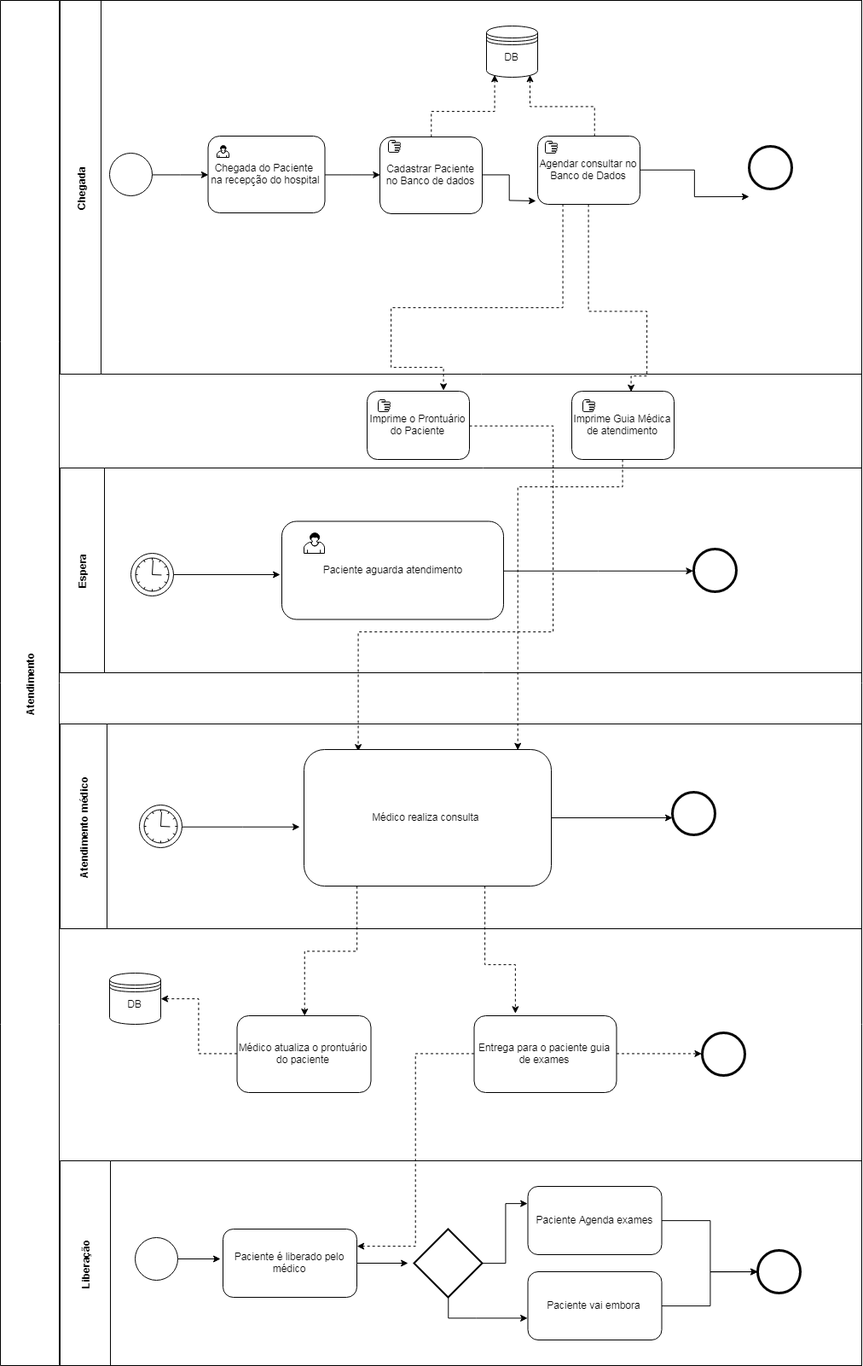
Earlier version of the draw.io export Untitled Diagram.png (ArieiiV/BPMN). Source tidied: cells renumbered, new cells last; positions are measured from the earlier drawing's top-left corner, leaving out a move shared by most shapes.
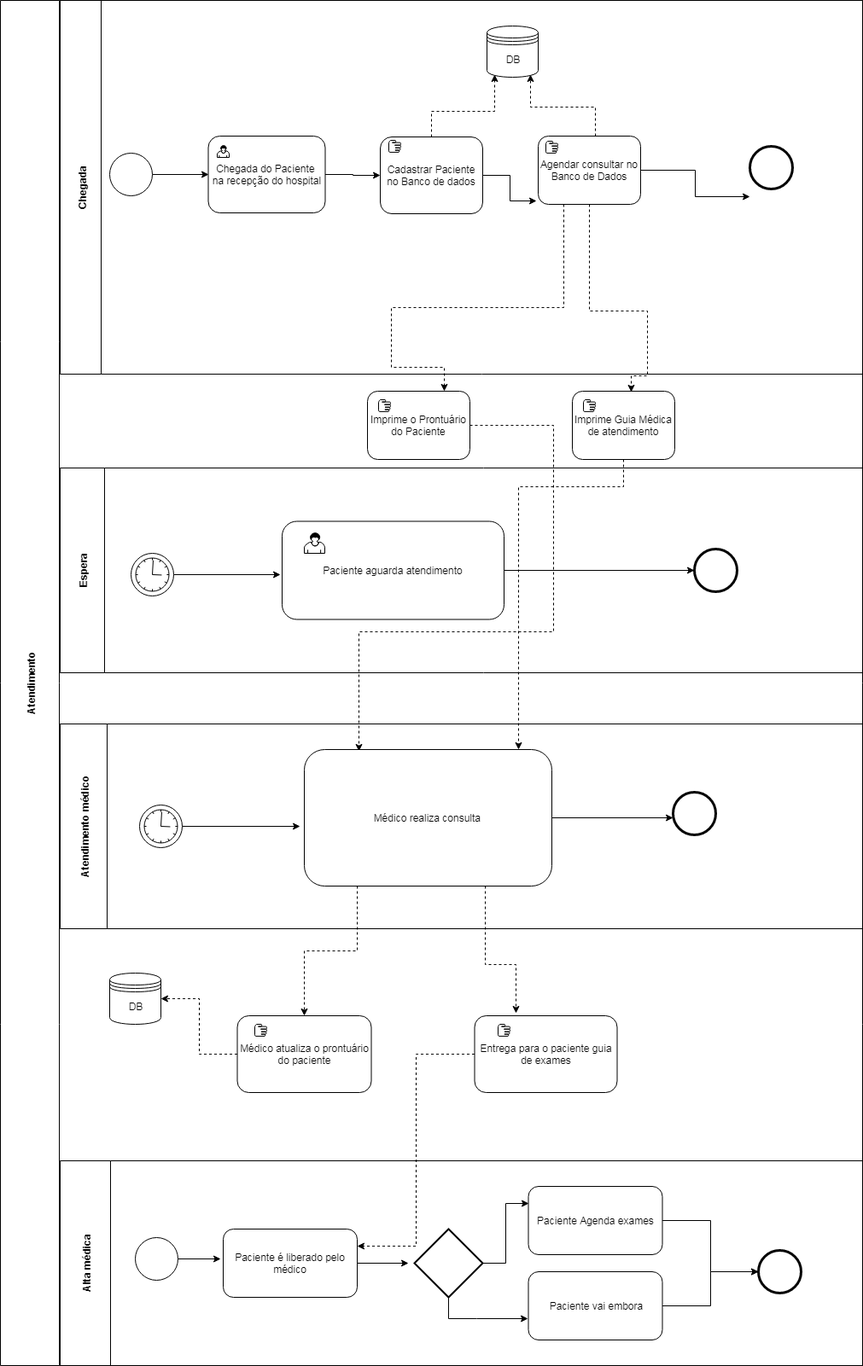
After the commit.

The edit, as a diff of the source:
```diff
@@ -127,9 +127,6 @@
     <mxCell id="35" value="Médico atualiza o prontuário do paciente" style="shape=ext;rounded=1;html=1;whiteSpace=wrap;" parent="2" vertex="1">
       <mxGeometry x="277.5" y="1190" width="157" height="90" as="geometry" />
     </mxCell>
-    <mxCell id="36" style="edgeStyle=orthogonalEdgeStyle;rounded=0;jettySize=auto;html=1;entryX=0;entryY=0.5;entryDx=0;entryDy=0;dashed=1;" parent="2" edge="1" source="38" target="53">
-      <mxGeometry relative="1" as="geometry" />
-    </mxCell>
     <mxCell id="37" style="edgeStyle=orthogonalEdgeStyle;rounded=0;jettySize=auto;html=1;entryX=1;entryY=0.25;entryDx=0;entryDy=0;dashed=1;" parent="2" edge="1" source="38" target="48">
       <mxGeometry relative="1" as="geometry" />
     </mxCell>
@@ -170,7 +167,7 @@
         </Array>
       </mxGeometry>
     </mxCell>
-    <mxCell id="43" value="Liberação" style="swimlane;html=1;horizontal=0;startSize=59;" parent="2" vertex="1">
+    <mxCell id="43" value="Alta médica" style="swimlane;html=1;horizontal=0;startSize=59;" parent="2" vertex="1">
       <mxGeometry x="70" y="1360" width="940" height="240" as="geometry" />
     </mxCell>
     <mxCell id="44" style="edgeStyle=orthogonalEdgeStyle;rounded=0;jettySize=auto;html=1;entryX=0;entryY=0.5;entryDx=0;entryDy=0;" parent="43" edge="1" source="45" target="51">
@@ -200,9 +197,12 @@
     <mxCell id="52" value="DB" style="shape=datastore;whiteSpace=wrap;html=1;" parent="2" vertex="1">
       <mxGeometry x="128" y="1140" width="60" height="60" as="geometry" />
     </mxCell>
-    <mxCell id="53" style="shape=mxgraph.bpmn.shape;html=1;verticalLabelPosition=bottom;labelBackgroundColor=#ffffff;verticalAlign=top;align=center;perimeter=ellipsePerimeter;outlineConnect=0;outline=end;symbol=general;" parent="2" vertex="1">
-      <mxGeometry x="823" y="1210" width="50" height="50" as="geometry" />
-    </mxCell>
+    <mxCell id="62" style="shape=mxgraph.bpmn.manual_task;html=1;" parent="2" vertex="1">
+      <mxGeometry x="298" y="1200" width="14" height="14" as="geometry" />
+    </mxCell>
+    <mxCell id="63" style="shape=mxgraph.bpmn.manual_task;html=1;" parent="2" vertex="1">
+      <mxGeometry x="583" y="1200" width="14" height="14" as="geometry" />
+    </mxCell>
     <mxCell id="54" style="edgeStyle=orthogonalEdgeStyle;rounded=0;jettySize=auto;html=1;" parent="1" edge="1" source="7">
       <mxGeometry relative="1" as="geometry">
         <mxPoint x="628" y="235" as="targetPoint" />
```
